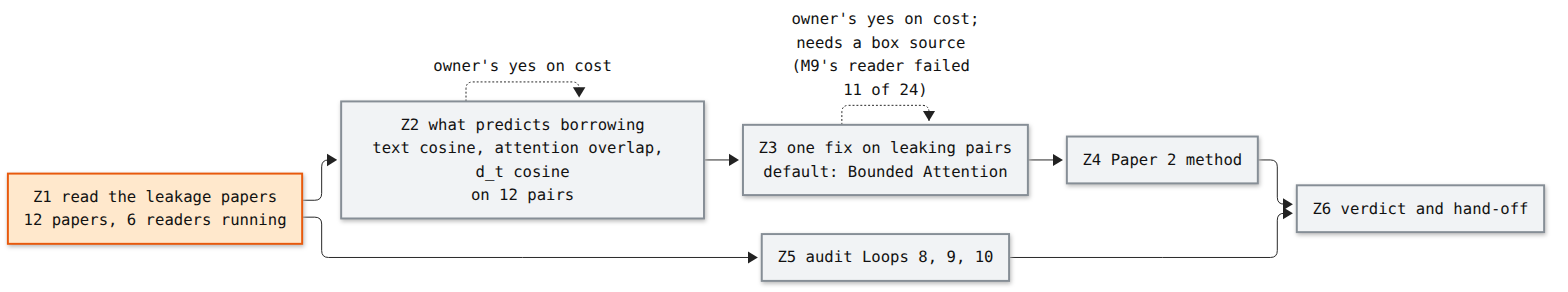
Above: artifacts/notes/progress/leakage/loop-12-progress.png in mo-rsa24/concept-composition (Mermaid), before the change. Its source is kept beside it as artifacts/notes/progress/leakage/loop-12-progress.mmd.
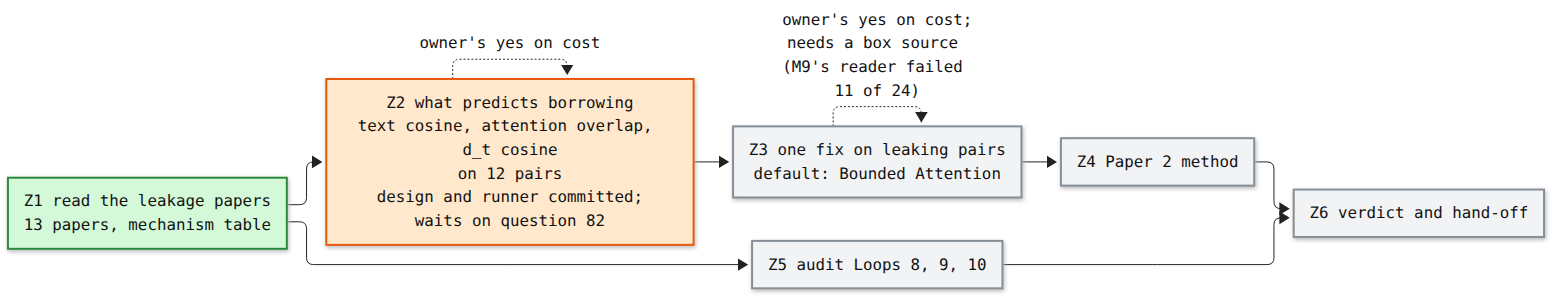
After the commit.

Commit message:
Loop 12: folder card, Z4 candidates with the owner's no-diffusion-training preference, the failure-signal checker idea, and the queued CO3 ladder

The edit, as a diff of the source:
```diff
@@ -1,7 +1,7 @@
 %%{init: {'theme': 'base', 'themeVariables': {'fontFamily': 'monospace', 'primaryColor': '#ffffff', 'primaryBorderColor': '#222222', 'primaryTextColor': '#111111', 'lineColor': '#222222'}}}%%
 flowchart LR
-  Z1["Z1 read the leakage papers<br/>12 papers, 6 readers running"]:::doing
-  Z2["Z2 what predicts borrowing<br/>text cosine, attention overlap, d_t cosine<br/>on 12 pairs"]:::todo
+  Z1["Z1 read the leakage papers<br/>13 papers, mechanism table"]:::done
+  Z2["Z2 what predicts borrowing<br/>text cosine, attention overlap, d_t cosine<br/>on 12 pairs<br/>design and runner committed;<br/>waits on question 82"]:::doing
   Z3["Z3 one fix on leaking pairs<br/>default: Bounded Attention"]:::todo
   Z4["Z4 Paper 2 method"]:::todo
   Z5["Z5 audit Loops 8, 9, 10"]:::todo
```
